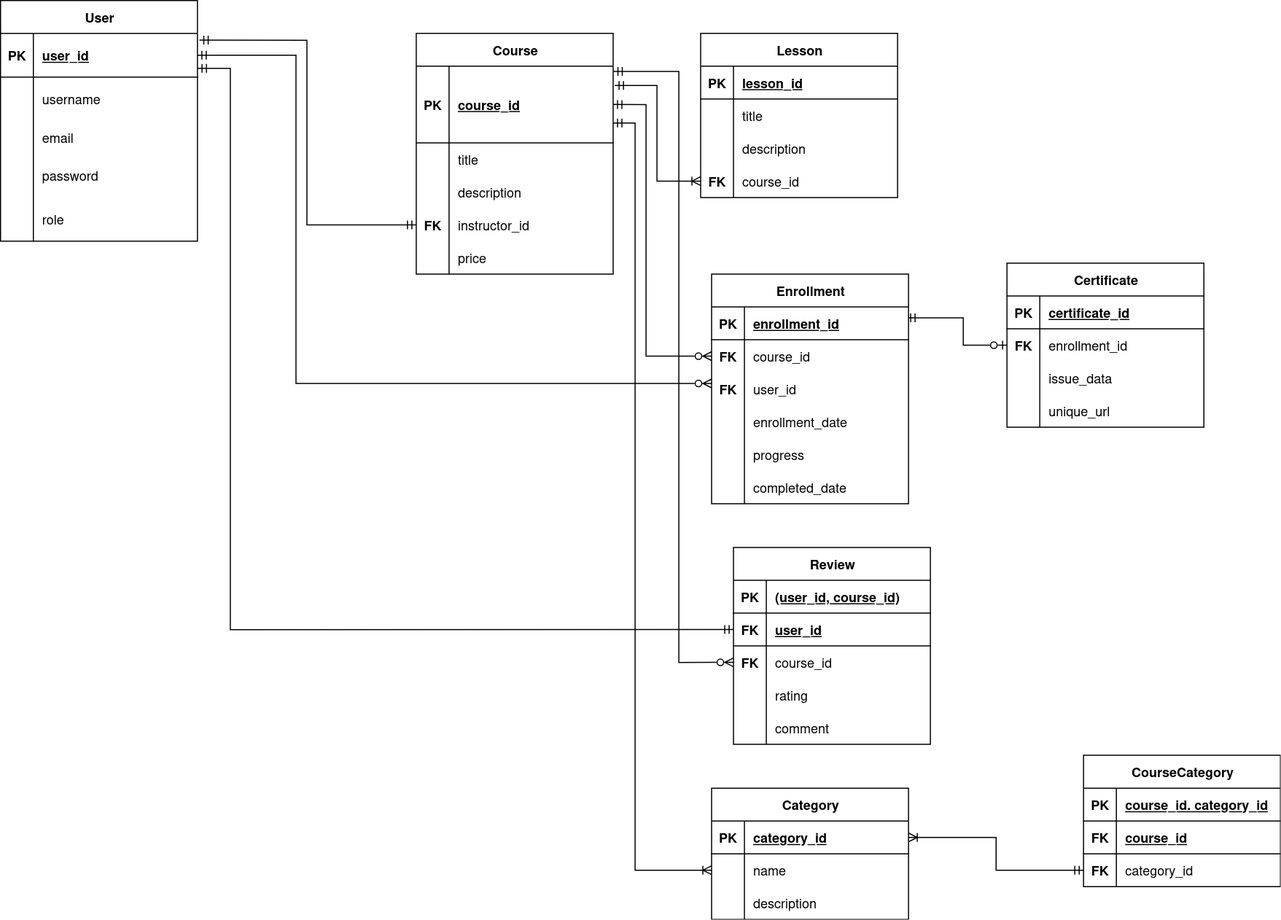
Above: ER Diagram(Crow's Foot)/ER_crow.png in Tr1ggerbtw/KPI- (draw.io), before the change. Source tidied: cells renumbered, new cells last; positions are measured from the earlier drawing's top-left corner, leaving out a move shared by most shapes.
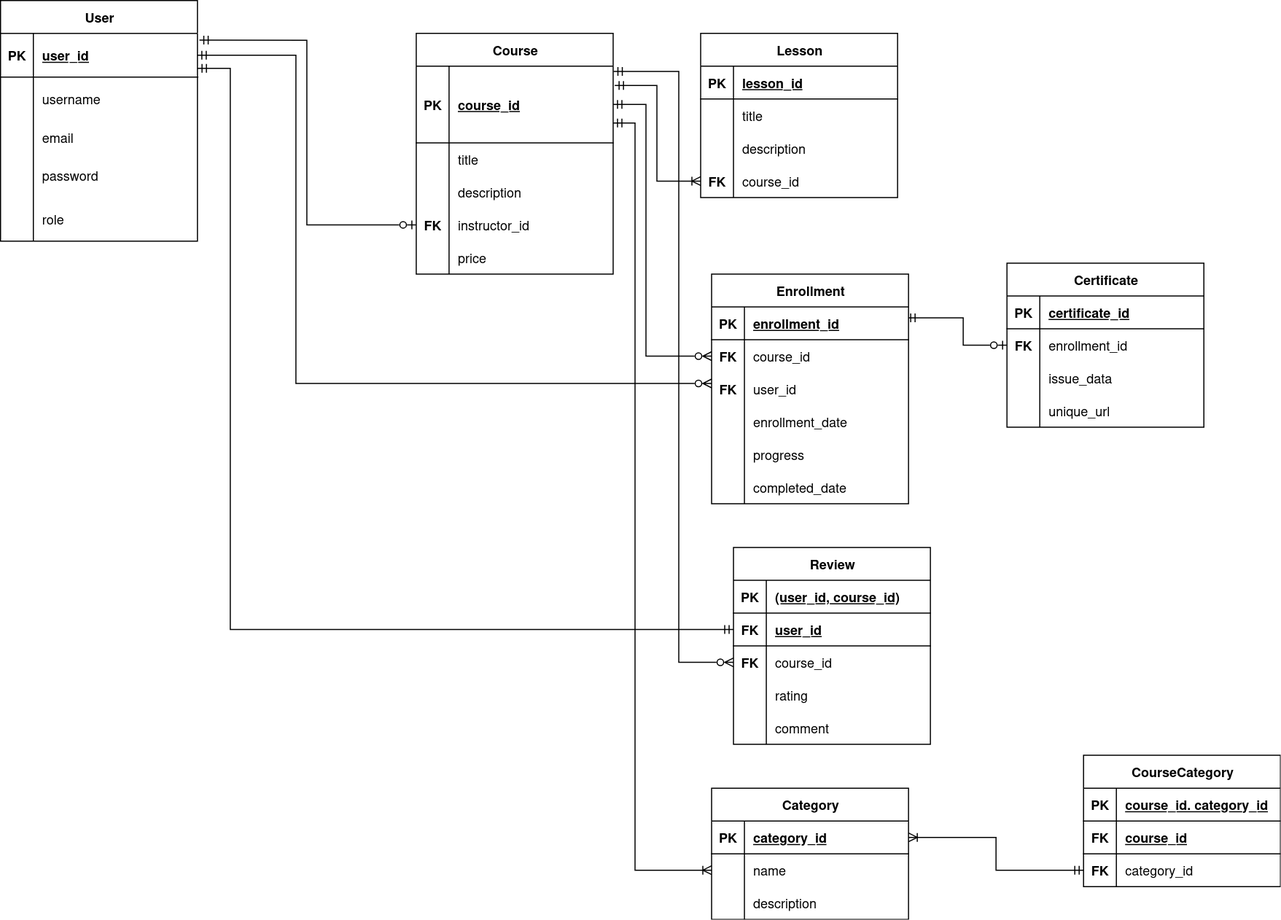
After the change.

Commit message:
Fixed relation between user_id and instructor_id

Change to the diagram source:
```diff
@@ -207,7 +207,7 @@
     <mxCell id="67" style="edgeStyle=orthogonalEdgeStyle;rounded=0;jettySize=auto;html=1;entryX=0;entryY=0.5;entryDx=0;entryDy=0;startArrow=ERmandOne;startFill=0;endArrow=ERoneToMany;endFill=0;exitX=1.008;exitY=0.252;exitDx=0;exitDy=0;exitPerimeter=0;" parent="1" edge="1" source="19" target="44">
       <mxGeometry relative="1" as="geometry" />
     </mxCell>
-    <mxCell id="68" style="edgeStyle=orthogonalEdgeStyle;rounded=0;jettySize=auto;html=1;entryX=0;entryY=0.5;entryDx=0;entryDy=0;startArrow=ERmandOne;startFill=0;endArrow=ERmandOne;endFill=0;exitX=1.01;exitY=0.154;exitDx=0;exitDy=0;exitPerimeter=0;" parent="1" edge="1" source="3" target="28">
+    <mxCell id="68" style="edgeStyle=orthogonalEdgeStyle;rounded=0;jettySize=auto;html=1;entryX=0;entryY=0.5;entryDx=0;entryDy=0;startArrow=ERmandOne;startFill=0;endArrow=ERzeroToOne;endFill=0;exitX=1.01;exitY=0.154;exitDx=0;exitDy=0;exitPerimeter=0;" parent="1" edge="1" source="3" target="28">
       <mxGeometry relative="1" as="geometry" />
     </mxCell>
     <mxCell id="69" style="edgeStyle=orthogonalEdgeStyle;rounded=0;jettySize=auto;html=1;startArrow=ERzeroToMany;startFill=0;endArrow=ERmandOne;endFill=0;entryX=1;entryY=0.5;entryDx=0;entryDy=0;jumpSize=6;strokeColor=default;" parent="1" edge="1" target="3">
```
